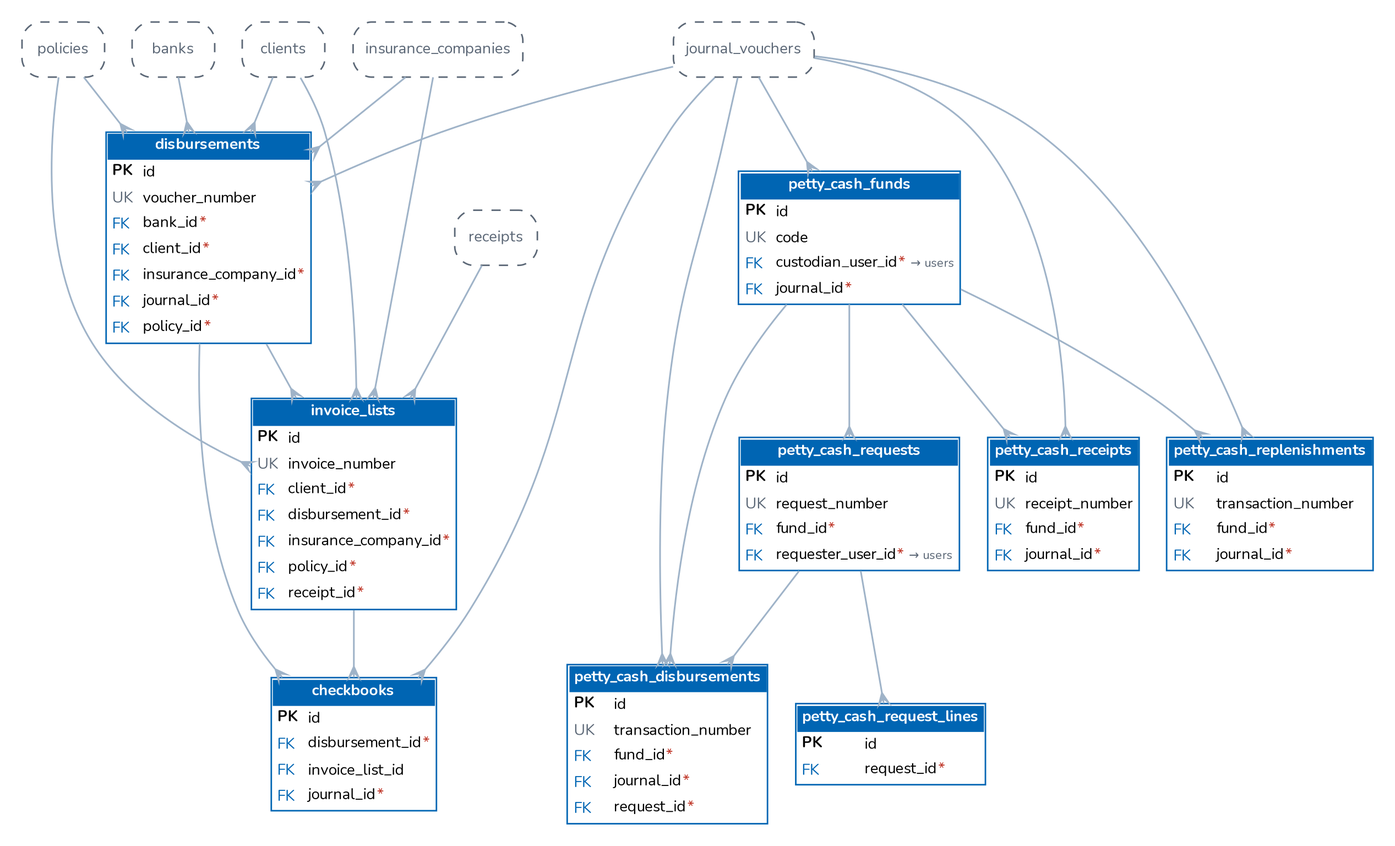
This is docs/architecture/diagrams/er_disbursement_pettycash.png from IortaTexhNXT-DEV/BDOI-OOTB, a Graphviz export, as it was before one commit. Its source is kept beside it as docs/architecture/diagrams/er_disbursement_pettycash.dot.
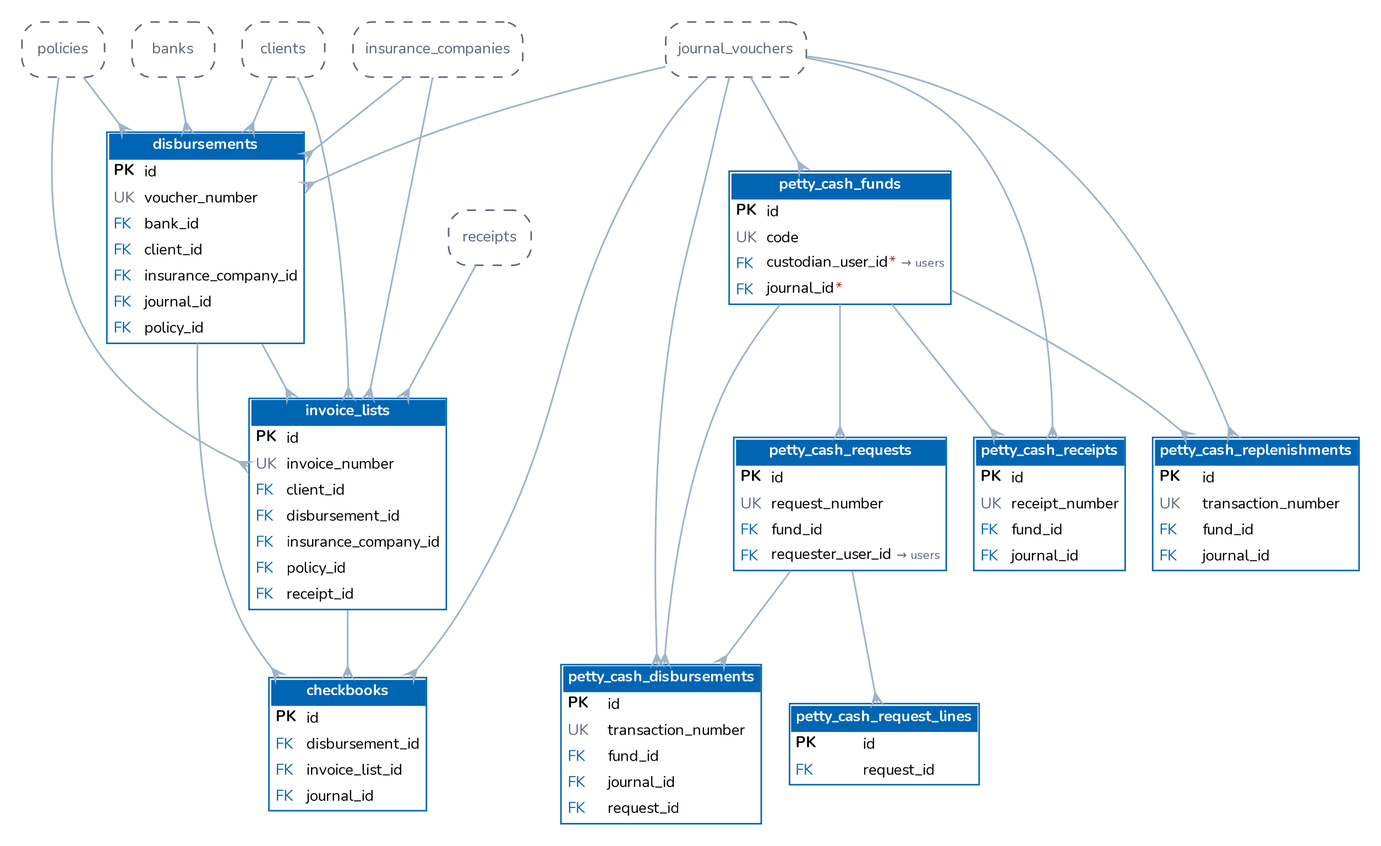
After the commit.

Change to the diagram source:
```diff
@@ -2,15 +2,15 @@
   graph [rankdir=TB, splines=true, nodesep=0.25, ranksep=0.5, fontname="Nunito", bgcolor="white", pad=0.2, pack=true, packmode="array_u3"];
   node [shape=plain, fontname="Nunito", fontsize=10];
   edge [color="#9FB3C8", arrowhead=crow, arrowtail=none, dir=both, arrowsize=0.7, penwidth=1.1];
-  "disbursements" [label=<<table border="1" cellborder="0" cellspacing="0" cellpadding="3" color="#0065B3"><tr><td colspan="2" bgcolor="#0065B3"><font color="white"><b>disbursements</b></font></td></tr><tr><td align="left" balign="left"><b>PK</b></td><td align="left">id</td></tr><tr><td align="left"><font color="#5B6776">UK</font></td><td align="left">voucher_number</td></tr><tr><td align="left"><font color="#0065B3">FK</font></td><td align="left">bank_id<font color="#C0392B">*</font></td></tr><tr><td align="left"><font color="#0065B3">FK</font></td><td align="left">client_id<font color="#C0392B">*</font></td></tr><tr><td align="left"><font color="#0065B3">FK</font></td><td align="left">insurance_company_id<font color="#C0392B">*</font></td></tr><tr><td align="left"><font color="#0065B3">FK</font></td><td align="left">journal_id<font color="#C0392B">*</font></td></tr><tr><td align="left"><font color="#0065B3">FK</font></td><td align="left">policy_id<font color="#C0392B">*</font></td></tr></table>>];
-  "invoice_lists" [label=<<table border="1" cellborder="0" cellspacing="0" cellpadding="3" color="#0065B3"><tr><td colspan="2" bgcolor="#0065B3"><font color="white"><b>invoice_lists</b></font></td></tr><tr><td align="left" balign="left"><b>PK</b></td><td align="left">id</td></tr><tr><td align="left"><font color="#5B6776">UK</font></td><td align="left">invoice_number</td></tr><tr><td align="left"><font color="#0065B3">FK</font></td><td align="left">client_id<font color="#C0392B">*</font></td></tr><tr><td align="left"><font color="#0065B3">FK</font></td><td align="left">disbursement_id<font color="#C0392B">*</font></td></tr><tr><td align="left"><font color="#0065B3">FK</font></td><td align="left">insurance_company_id<font color="#C0392B">*</font></td></tr><tr><td align="left"><font color="#0065B3">FK</font></td><td align="left">policy_id<font color="#C0392B">*</font></td></tr><tr><td align="left"><font color="#0065B3">FK</font></td><td align="left">receipt_id<font color="#C0392B">*</font></td></tr></table>>];
-  "checkbooks" [label=<<table border="1" cellborder="0" cellspacing="0" cellpadding="3" color="#0065B3"><tr><td colspan="2" bgcolor="#0065B3"><font color="white"><b>checkbooks</b></font></td></tr><tr><td align="left" balign="left"><b>PK</b></td><td align="left">id</td></tr><tr><td align="left"><font color="#0065B3">FK</font></td><td align="left">disbursement_id<font color="#C0392B">*</font></td></tr><tr><td align="left"><font color="#0065B3">FK</font></td><td align="left">invoice_list_id</td></tr><tr><td align="left"><font color="#0065B3">FK</font></td><td align="left">journal_id<font color="#C0392B">*</font></td></tr></table>>];
+  "disbursements" [label=<<table border="1" cellborder="0" cellspacing="0" cellpadding="3" color="#0065B3"><tr><td colspan="2" bgcolor="#0065B3"><font color="white"><b>disbursements</b></font></td></tr><tr><td align="left" balign="left"><b>PK</b></td><td align="left">id</td></tr><tr><td align="left"><font color="#5B6776">UK</font></td><td align="left">voucher_number</td></tr><tr><td align="left"><font color="#0065B3">FK</font></td><td align="left">bank_id</td></tr><tr><td align="left"><font color="#0065B3">FK</font></td><td align="left">client_id</td></tr><tr><td align="left"><font color="#0065B3">FK</font></td><td align="left">insurance_company_id</td></tr><tr><td align="left"><font color="#0065B3">FK</font></td><td align="left">journal_id</td></tr><tr><td align="left"><font color="#0065B3">FK</font></td><td align="left">policy_id</td></tr></table>>];
+  "invoice_lists" [label=<<table border="1" cellborder="0" cellspacing="0" cellpadding="3" color="#0065B3"><tr><td colspan="2" bgcolor="#0065B3"><font color="white"><b>invoice_lists</b></font></td></tr><tr><td align="left" balign="left"><b>PK</b></td><td align="left">id</td></tr><tr><td align="left"><font color="#5B6776">UK</font></td><td align="left">invoice_number</td></tr><tr><td align="left"><font color="#0065B3">FK</font></td><td align="left">client_id</td></tr><tr><td align="left"><font color="#0065B3">FK</font></td><td align="left">disbursement_id</td></tr><tr><td align="left"><font color="#0065B3">FK</font></td><td align="left">insurance_company_id</td></tr><tr><td align="left"><font color="#0065B3">FK</font></td><td align="left">policy_id</td></tr><tr><td align="left"><font color="#0065B3">FK</font></td><td align="left">receipt_id</td></tr></table>>];
+  "checkbooks" [label=<<table border="1" cellborder="0" cellspacing="0" cellpadding="3" color="#0065B3"><tr><td colspan="2" bgcolor="#0065B3"><font color="white"><b>checkbooks</b></font></td></tr><tr><td align="left" balign="left"><b>PK</b></td><td align="left">id</td></tr><tr><td align="left"><font color="#0065B3">FK</font></td><td align="left">disbursement_id</td></tr><tr><td align="left"><font color="#0065B3">FK</font></td><td align="left">invoice_list_id</td></tr><tr><td align="left"><font color="#0065B3">FK</font></td><td align="left">journal_id</td></tr></table>>];
   "petty_cash_funds" [label=<<table border="1" cellborder="0" cellspacing="0" cellpadding="3" color="#0065B3"><tr><td colspan="2" bgcolor="#0065B3"><font color="white"><b>petty_cash_funds</b></font></td></tr><tr><td align="left" balign="left"><b>PK</b></td><td align="left">id</td></tr><tr><td align="left"><font color="#5B6776">UK</font></td><td align="left">code</td></tr><tr><td align="left"><font color="#0065B3">FK</font></td><td align="left">custodian_user_id<font color="#C0392B">*</font> <font color="#5B6776" point-size="8">&#8594; users</font></td></tr><tr><td align="left"><font color="#0065B3">FK</font></td><td align="left">journal_id<font color="#C0392B">*</font></td></tr></table>>];
-  "petty_cash_requests" [label=<<table border="1" cellborder="0" cellspacing="0" cellpadding="3" color="#0065B3"><tr><td colspan="2" bgcolor="#0065B3"><font color="white"><b>petty_cash_requests</b></font></td></tr><tr><td align="left" balign="left"><b>PK</b></td><td align="left">id</td></tr><tr><td align="left"><font color="#5B6776">UK</font></td><td align="left">request_number</td></tr><tr><td align="left"><font color="#0065B3">FK</font></td><td align="left">fund_id<font color="#C0392B">*</font></td></tr><tr><td align="left"><font color="#0065B3">FK</font></td><td align="left">requester_user_id<font color="#C0392B">*</font> <font color="#5B6776" point-size="8">&#8594; users</font></td></tr></table>>];
-  "petty_cash_request_lines" [label=<<table border="1" cellborder="0" cellspacing="0" cellpadding="3" color="#0065B3"><tr><td colspan="2" bgcolor="#0065B3"><font color="white"><b>petty_cash_request_lines</b></font></td></tr><tr><td align="left" balign="left"><b>PK</b></td><td align="left">id</td></tr><tr><td align="left"><font color="#0065B3">FK</font></td><td align="left">request_id<font color="#C0392B">*</font></td></tr></table>>];
-  "petty_cash_disbursements" [label=<<table border="1" cellborder="0" cellspacing="0" cellpadding="3" color="#0065B3"><tr><td colspan="2" bgcolor="#0065B3"><font color="white"><b>petty_cash_disbursements</b></font></td></tr><tr><td align="left" balign="left"><b>PK</b></td><td align="left">id</td></tr><tr><td align="left"><font color="#5B6776">UK</font></td><td align="left">transaction_number</td></tr><tr><td align="left"><font color="#0065B3">FK</font></td><td align="left">fund_id<font color="#C0392B">*</font></td></tr><tr><td align="left"><font color="#0065B3">FK</font></td><td align="left">journal_id<font color="#C0392B">*</font></td></tr><tr><td align="left"><font color="#0065B3">FK</font></td><td align="left">request_id<font color="#C0392B">*</font></td></tr></table>>];
-  "petty_cash_receipts" [label=<<table border="1" cellborder="0" cellspacing="0" cellpadding="3" color="#0065B3"><tr><td colspan="2" bgcolor="#0065B3"><font color="white"><b>petty_cash_receipts</b></font></td></tr><tr><td align="left" balign="left"><b>PK</b></td><td align="left">id</td></tr><tr><td align="left"><font color="#5B6776">UK</font></td><td align="left">receipt_number</td></tr><tr><td align="left"><font color="#0065B3">FK</font></td><td align="left">fund_id<font color="#C0392B">*</font></td></tr><tr><td align="left"><font color="#0065B3">FK</font></td><td align="left">journal_id<font color="#C0392B">*</font></td></tr></table>>];
-  "petty_cash_replenishments" [label=<<table border="1" cellborder="0" cellspacing="0" cellpadding="3" color="#0065B3"><tr><td colspan="2" bgcolor="#0065B3"><font color="white"><b>petty_cash_replenishments</b></font></td></tr><tr><td align="left" balign="left"><b>PK</b></td><td align="left">id</td></tr><tr><td align="left"><font color="#5B6776">UK</font></td><td align="left">transaction_number</td></tr><tr><td align="left"><font color="#0065B3">FK</font></td><td align="left">fund_id<font color="#C0392B">*</font></td></tr><tr><td align="left"><font color="#0065B3">FK</font></td><td align="left">journal_id<font color="#C0392B">*</font></td></tr></table>>];
+  "petty_cash_requests" [label=<<table border="1" cellborder="0" cellspacing="0" cellpadding="3" color="#0065B3"><tr><td colspan="2" bgcolor="#0065B3"><font color="white"><b>petty_cash_requests</b></font></td></tr><tr><td align="left" balign="left"><b>PK</b></td><td align="left">id</td></tr><tr><td align="left"><font color="#5B6776">UK</font></td><td align="left">request_number</td></tr><tr><td align="left"><font color="#0065B3">FK</font></td><td align="left">fund_id</td></tr><tr><td align="left"><font color="#0065B3">FK</font></td><td align="left">requester_user_id <font color="#5B6776" point-size="8">&#8594; users</font></td></tr></table>>];
+  "petty_cash_request_lines" [label=<<table border="1" cellborder="0" cellspacing="0" cellpadding="3" color="#0065B3"><tr><td colspan="2" bgcolor="#0065B3"><font color="white"><b>petty_cash_request_lines</b></font></td></tr><tr><td align="left" balign="left"><b>PK</b></td><td align="left">id</td></tr><tr><td align="left"><font color="#0065B3">FK</font></td><td align="left">request_id</td></tr></table>>];
+  "petty_cash_disbursements" [label=<<table border="1" cellborder="0" cellspacing="0" cellpadding="3" color="#0065B3"><tr><td colspan="2" bgcolor="#0065B3"><font color="white"><b>petty_cash_disbursements</b></font></td></tr><tr><td align="left" balign="left"><b>PK</b></td><td align="left">id</td></tr><tr><td align="left"><font color="#5B6776">UK</font></td><td align="left">transaction_number</td></tr><tr><td align="left"><font color="#0065B3">FK</font></td><td align="left">fund_id</td></tr><tr><td align="left"><font color="#0065B3">FK</font></td><td align="left">journal_id</td></tr><tr><td align="left"><font color="#0065B3">FK</font></td><td align="left">request_id</td></tr></table>>];
+  "petty_cash_receipts" [label=<<table border="1" cellborder="0" cellspacing="0" cellpadding="3" color="#0065B3"><tr><td colspan="2" bgcolor="#0065B3"><font color="white"><b>petty_cash_receipts</b></font></td></tr><tr><td align="left" balign="left"><b>PK</b></td><td align="left">id</td></tr><tr><td align="left"><font color="#5B6776">UK</font></td><td align="left">receipt_number</td></tr><tr><td align="left"><font color="#0065B3">FK</font></td><td align="left">fund_id</td></tr><tr><td align="left"><font color="#0065B3">FK</font></td><td align="left">journal_id</td></tr></table>>];
+  "petty_cash_replenishments" [label=<<table border="1" cellborder="0" cellspacing="0" cellpadding="3" color="#0065B3"><tr><td colspan="2" bgcolor="#0065B3"><font color="white"><b>petty_cash_replenishments</b></font></td></tr><tr><td align="left" balign="left"><b>PK</b></td><td align="left">id</td></tr><tr><td align="left"><font color="#5B6776">UK</font></td><td align="left">transaction_number</td></tr><tr><td align="left"><font color="#0065B3">FK</font></td><td align="left">fund_id</td></tr><tr><td align="left"><font color="#0065B3">FK</font></td><td align="left">journal_id</td></tr></table>>];
   "banks" [shape=box, style="rounded,dashed", color="#5B6776", fontcolor="#5B6776", label="banks"];
   "clients" [shape=box, style="rounded,dashed", color="#5B6776", fontcolor="#5B6776", label="clients"];
   "insurance_companies" [shape=box, style="rounded,dashed", color="#5B6776", fontcolor="#5B6776", label="insurance_companies"];
```
